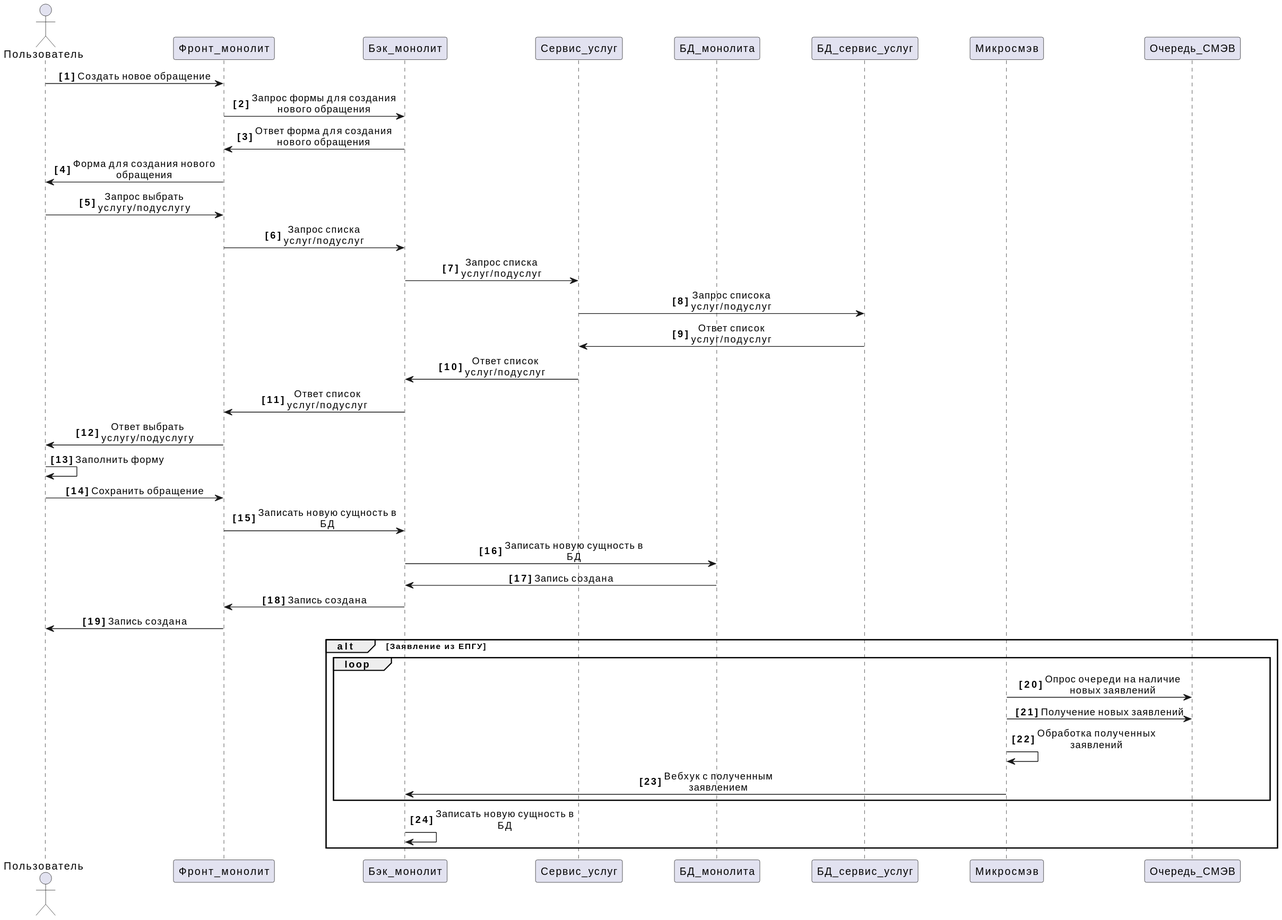
Earlier version of the PlantUML export diagrams/out/create_task.svg (sonorame/docs_kcr). The source it was exported from:
```plantuml
@startuml
skinparam {
    MaxMessageSize 200
}
skinparam sequence{
    ParticipantPadding 30
    MessageAlign center
}
autonumber "<b>[0]"

actor Пользователь
participant Фронт_монолит
participant Бэк_монолит
participant Сервис_услуг
participant БД_монолита
participant БД_сервис_услуг
participant Микросмэв
participant Очередь_СМЭВ

Пользователь -> Фронт_монолит: Создать новое обращение
Фронт_монолит -> Бэк_монолит: Запрос формы для создания нового обращения
Бэк_монолит -> Фронт_монолит: Ответ форма для создания нового обращения
Фронт_монолит -> Пользователь : Форма для создания нового обращения
Пользователь  -> Фронт_монолит: Запрос выбрать услугу/подуслугу
Фронт_монолит -> Бэк_монолит: Запрос списка услуг/подуслуг
Бэк_монолит -> Сервис_услуг: Запрос списка услуг/подуслуг
Сервис_услуг -> БД_сервис_услуг: Запрос списока услуг/подуслуг
БД_сервис_услуг -> Сервис_услуг: Ответ список услуг/подуслуг
Сервис_услуг -> Бэк_монолит: Ответ список услуг/подуслуг
Бэк_монолит -> Фронт_монолит: Ответ список услуг/подуслуг
Фронт_монолит -> Пользователь: Ответ выбрать услугу/подуслугу
Пользователь -> Пользователь: Заполнить форму
Пользователь -> Фронт_монолит: Сохранить обращение
Фронт_монолит -> Бэк_монолит: Записать новую сущность в БД
Бэк_монолит -> БД_монолита: Записать новую сущность в БД
БД_монолита -> Бэк_монолит: Запись создана
Бэк_монолит -> Фронт_монолит: Запись создана
Фронт_монолит -> Пользователь: Запись создана

alt Заявление из ЕПГУ
    loop
       Микросмэв -> Очередь_СМЭВ: Опрос очереди на наличие новых заявлений
       Микросмэв -> Очередь_СМЭВ: Получение новых заявлений
       Микросмэв -> Микросмэв: Обработка полученных заявлений
       Микросмэв -> Бэк_монолит: Вебхук с полученным заявлением
    end
    Бэк_монолит -> Бэк_монолит: Записать новую сущность в БД
end
@enduml
```
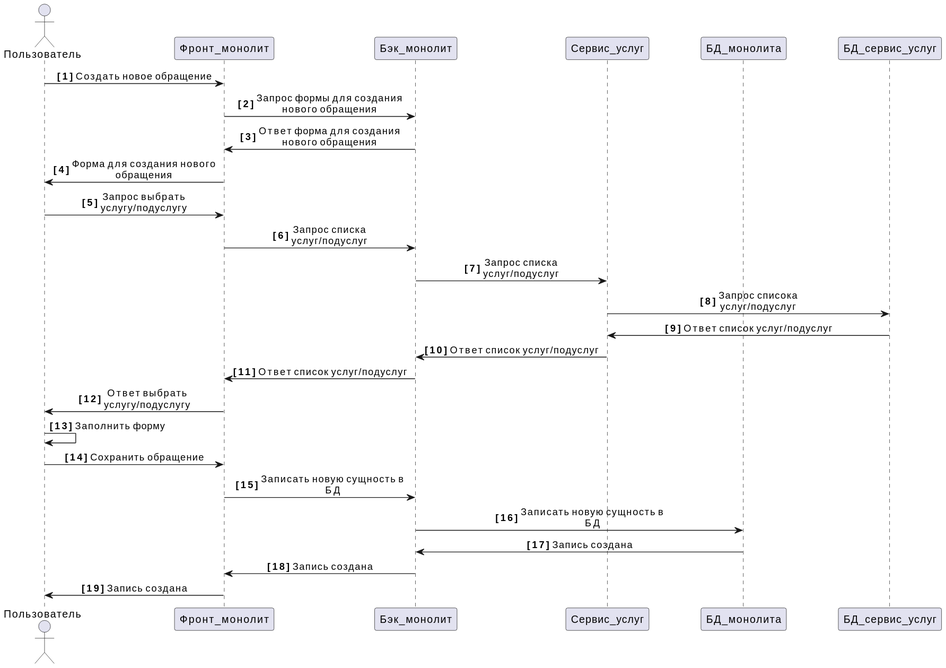
Above is the later version.

What changed in the source:
```diff
@@ -14,8 +14,6 @@
 participant Сервис_услуг
 participant БД_монолита
 participant БД_сервис_услуг
-participant Микросмэв
-participant Очередь_СМЭВ
 
 Пользователь -> Фронт_монолит: Создать новое обращение
 Фронт_монолит -> Бэк_монолит: Запрос формы для создания нового обращения
@@ -36,14 +34,4 @@
 БД_монолита -> Бэк_монолит: Запись создана
 Бэк_монолит -> Фронт_монолит: Запись создана
 Фронт_монолит -> Пользователь: Запись создана
-
-alt Заявление из ЕПГУ
-    loop
-       Микросмэв -> Очередь_СМЭВ: Опрос очереди на наличие новых заявлений
-       Микросмэв -> Очередь_СМЭВ: Получение новых заявлений
-       Микросмэв -> Микросмэв: Обработка полученных заявлений
-       Микросмэв -> Бэк_монолит: Вебхук с полученным заявлением
-    end
-    Бэк_монолит -> Бэк_монолит: Записать новую сущность в БД
-end
 @enduml
```
